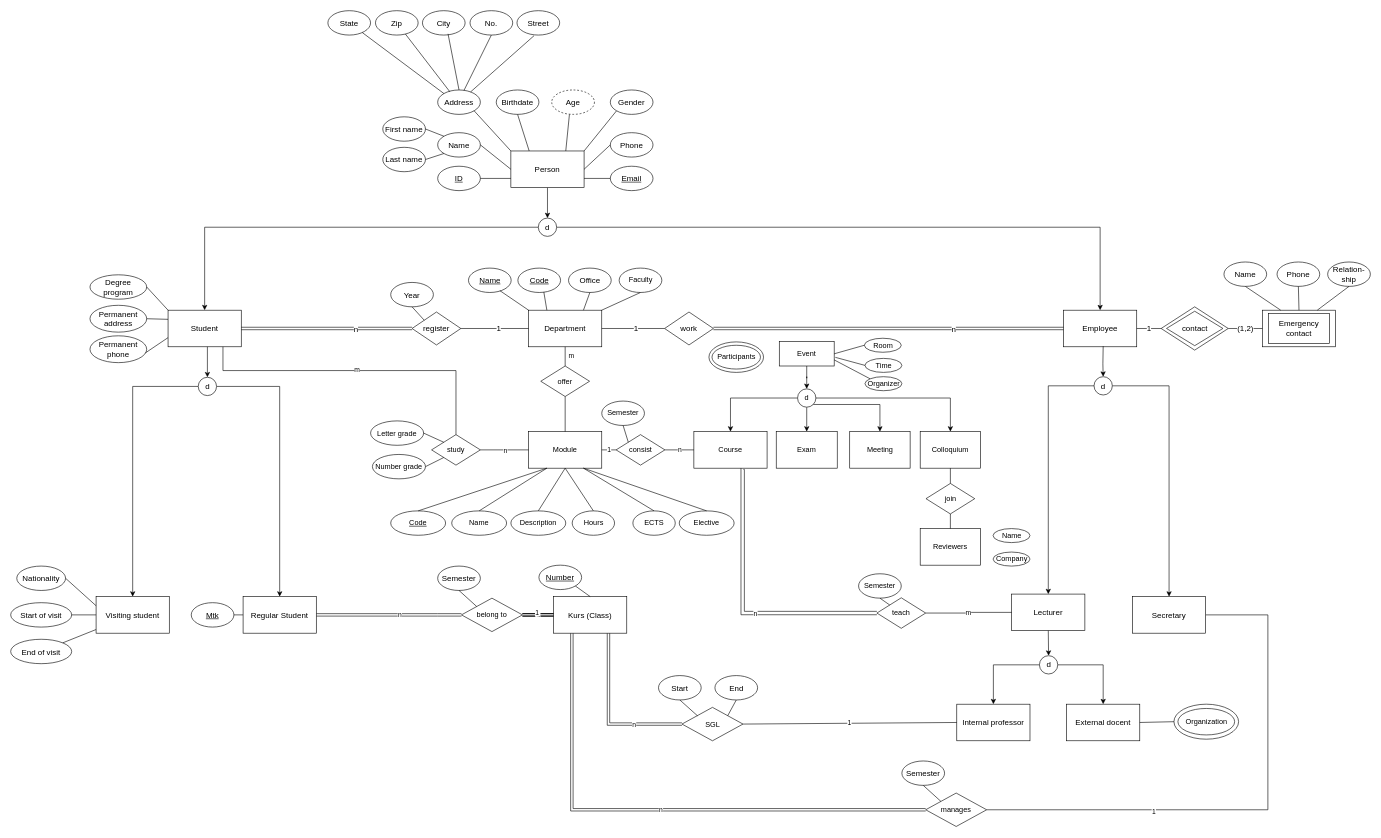
Earlier version of the draw.io diagram University.drawio (nuo-li/Examples). Source tidied: cells renumbered, new cells numbered last; positions are measured from the earlier drawing's top-left corner, leaving out a move shared by most shapes. Both pictures are drawn from the tidied source at 61%, with x=0, y=0 at pixel (10, 10).
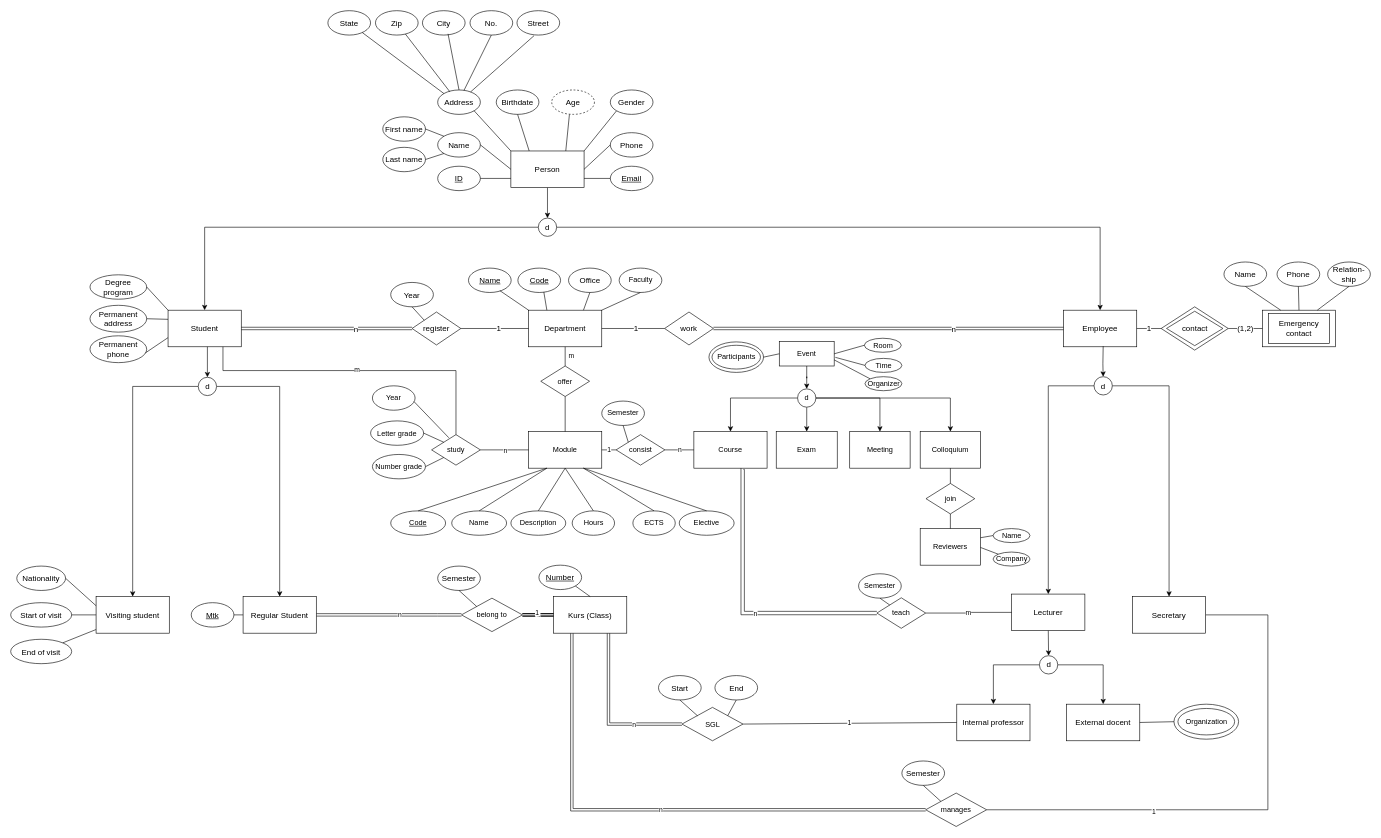
Above is the later version.

The change refers to these unchanged cells:
```xml
<mxCell id="166" value="study" style="rhombus;whiteSpace=wrap;html=1;" parent="1" vertex="1">
  <mxGeometry x="690" y="695" width="80" height="50" as="geometry" />
</mxCell>
<mxCell id="176" value="Event" style="rounded=0;whiteSpace=wrap;html=1;" parent="1" vertex="1">
  <mxGeometry x="1260" y="542.5" width="90" height="40" as="geometry" />
</mxCell>
<mxCell id="181" value="d" style="ellipse;whiteSpace=wrap;html=1;" parent="1" vertex="1">
  <mxGeometry x="1290" y="620" width="30" height="30" as="geometry" />
</mxCell>
<mxCell id="183" value="Meeting" style="rounded=0;whiteSpace=wrap;html=1;" parent="1" vertex="1">
  <mxGeometry x="1375.5" y="690" width="99" height="60" as="geometry" />
</mxCell>
<mxCell id="189" style="ellipse;whiteSpace=wrap;html=1;" parent="188" vertex="1">
  <mxGeometry width="89.5" height="50" as="geometry" />
</mxCell>
<mxCell id="191" value="Reviewers" style="rounded=0;whiteSpace=wrap;html=1;" parent="1" vertex="1">
  <mxGeometry x="1491" y="849" width="99" height="60" as="geometry" />
</mxCell>
<mxCell id="192" value="Name" style="ellipse;whiteSpace=wrap;html=1;" parent="1" vertex="1">
  <mxGeometry x="1610.5" y="849" width="60.5" height="23" as="geometry" />
</mxCell>
<mxCell id="193" value="Company" style="ellipse;whiteSpace=wrap;html=1;" parent="1" vertex="1">
  <mxGeometry x="1610.5" y="887.5" width="60.5" height="23" as="geometry" />
</mxCell>
```

Change to the diagram source:
```diff
@@
-    <mxCell id="180" style="edgeStyle=orthogonalEdgeStyle;rounded=0;jettySize=auto;html=1;exitX=1;exitY=1;exitDx=0;exitDy=0;entryX=0.5;entryY=0;entryDx=0;entryDy=0;" parent="1" edge="1" source="181" target="183">
+    <mxCell id="180" style="edgeStyle=orthogonalEdgeStyle;rounded=0;jettySize=auto;html=1;exitX=1;exitY=0.5;exitDx=0;exitDy=0;entryX=0.5;entryY=0;entryDx=0;entryDy=0;" parent="1" edge="1" source="181" target="183">
       <mxGeometry relative="1" as="geometry" />
     </mxCell>
@@
+    <mxCell id="200" style="endArrow=none;html=1;rounded=0;entryX=1;entryY=0.5;entryDx=0;entryDy=0;exitX=0;exitY=0.5;exitDx=0;exitDy=0;" parent="1" edge="1" source="176" target="189">
+      <mxGeometry relative="1" as="geometry" />
+    </mxCell>
+    <mxCell id="201" style="endArrow=none;html=1;rounded=0;entryX=0;entryY=0.5;entryDx=0;entryDy=0;exitX=1;exitY=0.25;exitDx=0;exitDy=0;" parent="1" edge="1" source="191" target="192">
+      <mxGeometry relative="1" as="geometry" />
+    </mxCell>
+    <mxCell id="202" style="endArrow=none;html=1;rounded=0;entryX=0;entryY=0;entryDx=0;entryDy=0;" parent="1" edge="1" target="193">
+      <mxGeometry relative="1" as="geometry">
+        <mxPoint x="1590" y="880" as="sourcePoint" />
+      </mxGeometry>
+    </mxCell>
+    <mxCell id="203" value="Year" style="ellipse;whiteSpace=wrap;html=1;" parent="1" vertex="1">
+      <mxGeometry x="593" y="615" width="70" height="40" as="geometry" />
+    </mxCell>
+    <mxCell id="204" style="endArrow=none;html=1;rounded=0;entryX=0.975;entryY=0.647;entryDx=0;entryDy=0;entryPerimeter=0;exitX=0.354;exitY=0.103;exitDx=0;exitDy=0;exitPerimeter=0;" parent="1" edge="1" source="166" target="203">
+      <mxGeometry relative="1" as="geometry" />
+    </mxCell>
```
